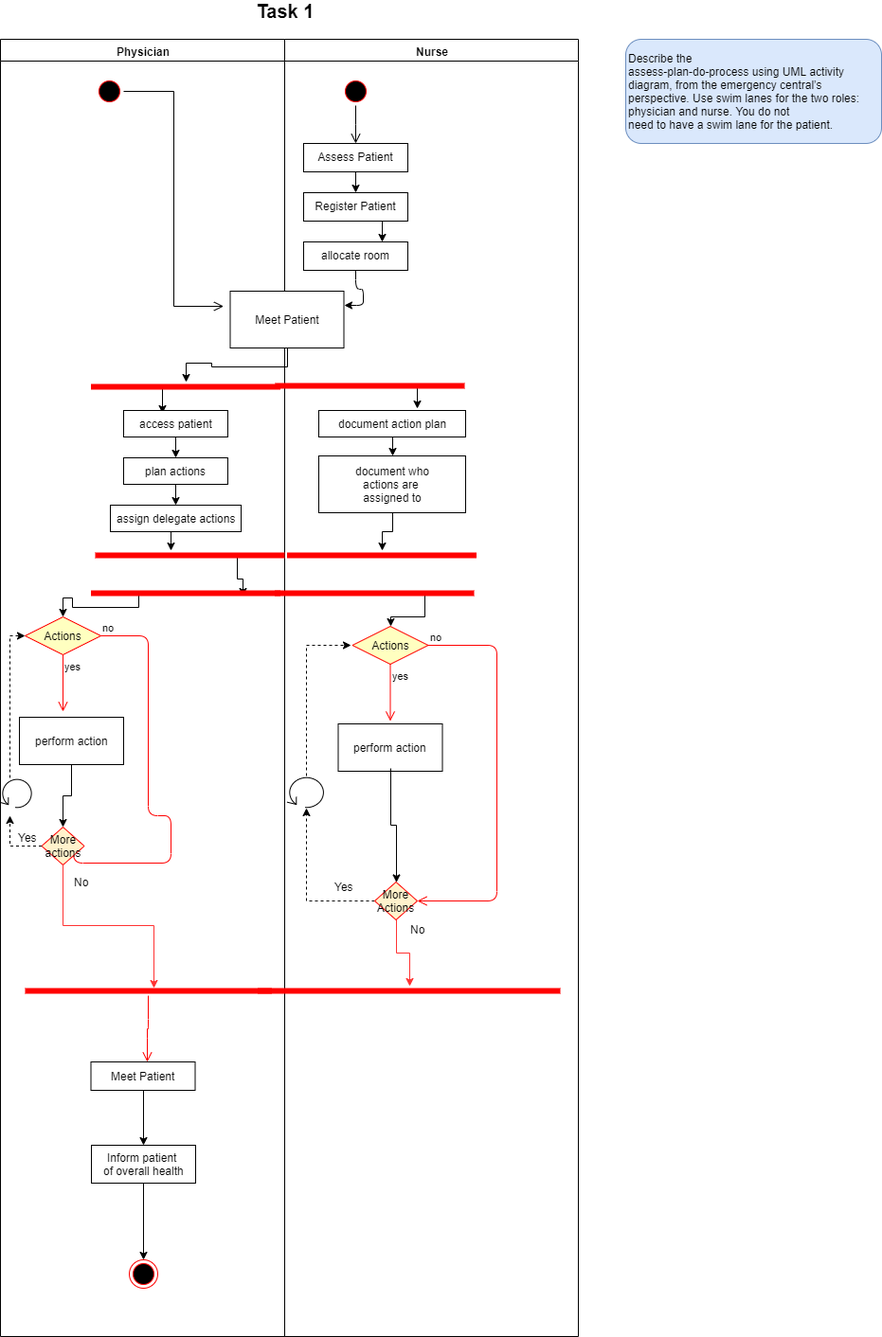
kestersimm/drawio keeps this draw.io diagram as m-t-1.png. Above is the earlier version. Source tidied: cells renumbered, new cells last; positions are measured from the earlier drawing's top-left corner, leaving out a move shared by most shapes.
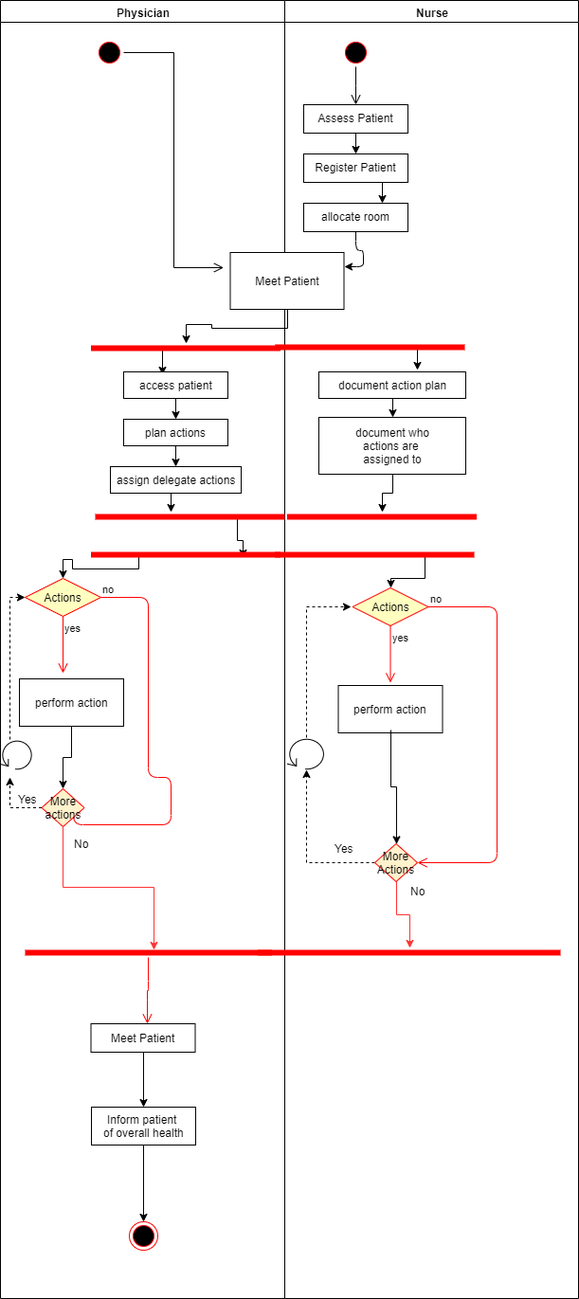
After the commit.

Change to the diagram source:
```diff
@@ -238,12 +238,6 @@
         </Array>
       </mxGeometry>
     </mxCell>
-    <mxCell id="67" value="&lt;p class=&quot;MsoNormal&quot;&gt;&lt;span lang=&quot;EN-US&quot;&gt;Describe the&lt;br&gt;assess-plan-do-process using UML activity diagram, from the emergency central’s&lt;br&gt;perspective. Use swim lanes for the two roles: physician and nurse. You do not&lt;br&gt;need to have a swim lane for the patient.&lt;/span&gt;&lt;/p&gt;" style="rounded=1;whiteSpace=wrap;html=1;fillColor=#dae8fc;strokeColor=#6c8ebf;align=left;" parent="1" vertex="1">
-      <mxGeometry x="660" y="40" width="270" height="110" as="geometry" />
-    </mxCell>
-    <mxCell id="68" value="&lt;b&gt;&lt;font style=&quot;font-size: 20px&quot;&gt;Task 1&lt;/font&gt;&lt;/b&gt;" style="text;html=1;strokeColor=none;fillColor=none;align=center;verticalAlign=middle;whiteSpace=wrap;rounded=0;" parent="1" vertex="1">
-      <mxGeometry x="205" width="190" height="20" as="geometry" />
-    </mxCell>
     <mxCell id="69" value="Yes" style="text;html=1;align=center;verticalAlign=middle;" parent="1" vertex="1">
       <mxGeometry x="9" y="873" width="40" height="20" as="geometry" />
     </mxCell>
```
